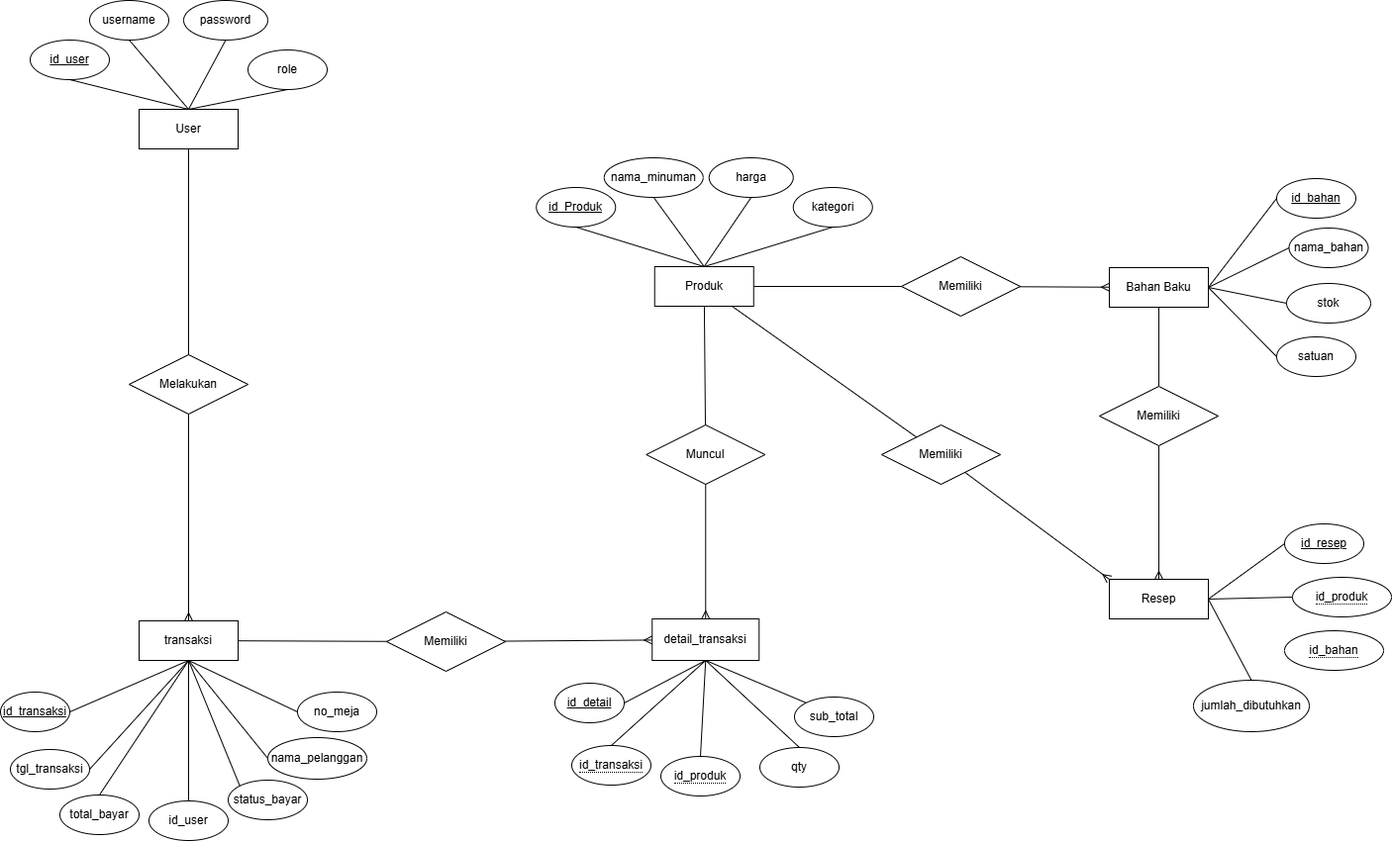
Earlier version of the draw.io export project_drink_store.drawio.png (DeblonZT/project_drink_store). Source tidied: cells renumbered, new cells last; positions are measured from the earlier drawing's top-left corner, leaving out a move shared by most shapes.
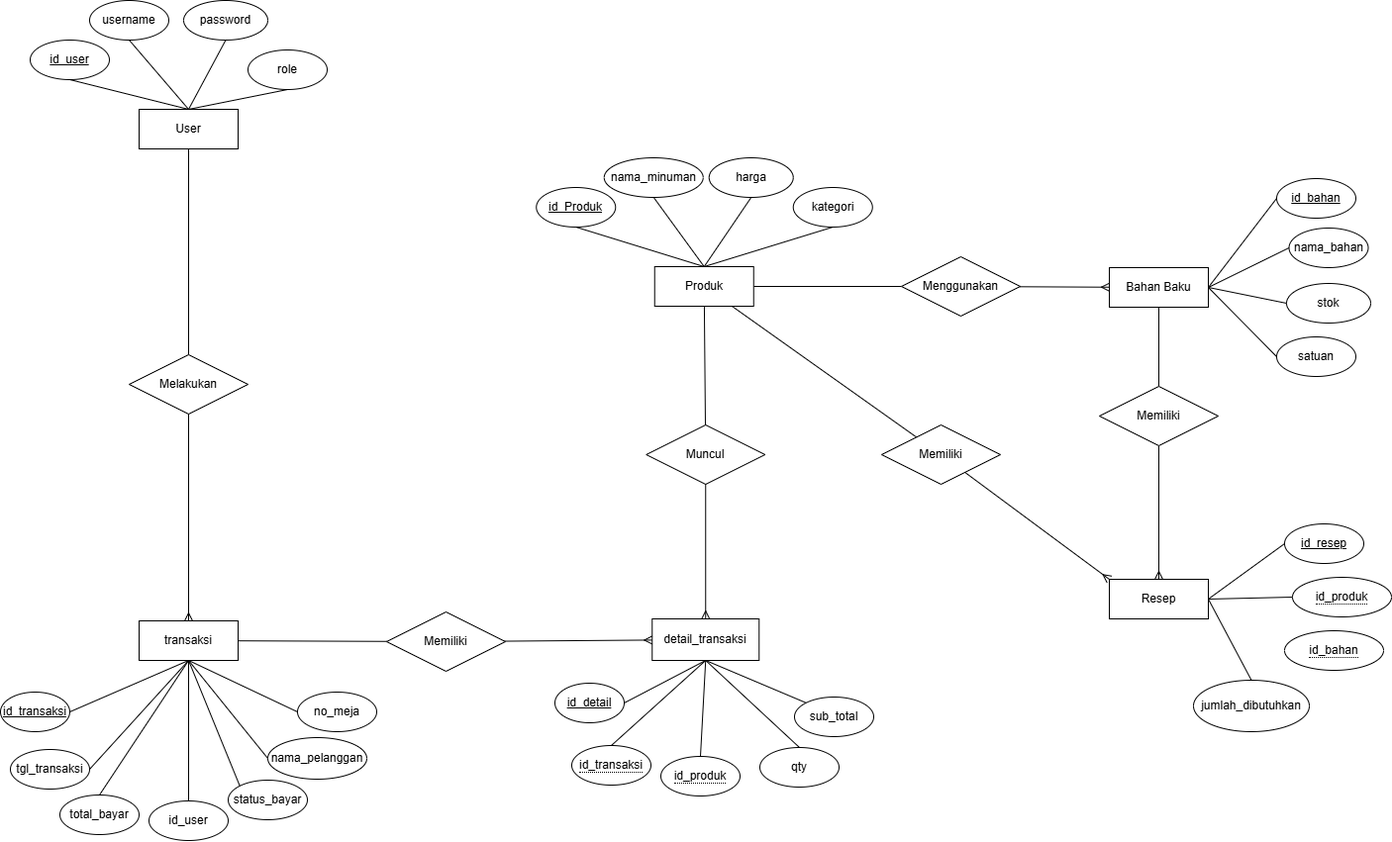
The same diagram one commit later.

What changed in the source:
```diff
@@ -152,7 +152,7 @@
     <mxCell id="51" style="endArrow=none;html=1;rounded=0;exitX=1;exitY=0.5;exitDx=0;exitDy=0;entryX=0.5;entryY=0;entryDx=0;entryDy=0;" parent="1" edge="1" source="23" target="45">
       <mxGeometry relative="1" as="geometry" />
     </mxCell>
-    <mxCell id="52" value="Memiliki" style="rhombus;whiteSpace=wrap;html=1;" parent="1" vertex="1">
+    <mxCell id="52" value="Menggunakan" style="rhombus;whiteSpace=wrap;html=1;" parent="1" vertex="1">
       <mxGeometry x="910" y="259" width="120" height="60" as="geometry" />
     </mxCell>
     <mxCell id="53" style="endArrow=none;html=1;rounded=0;exitX=1;exitY=0.5;exitDx=0;exitDy=0;entryX=0;entryY=0;entryDx=0;entryDy=0;" parent="1" edge="1" source="23" target="47">
```
